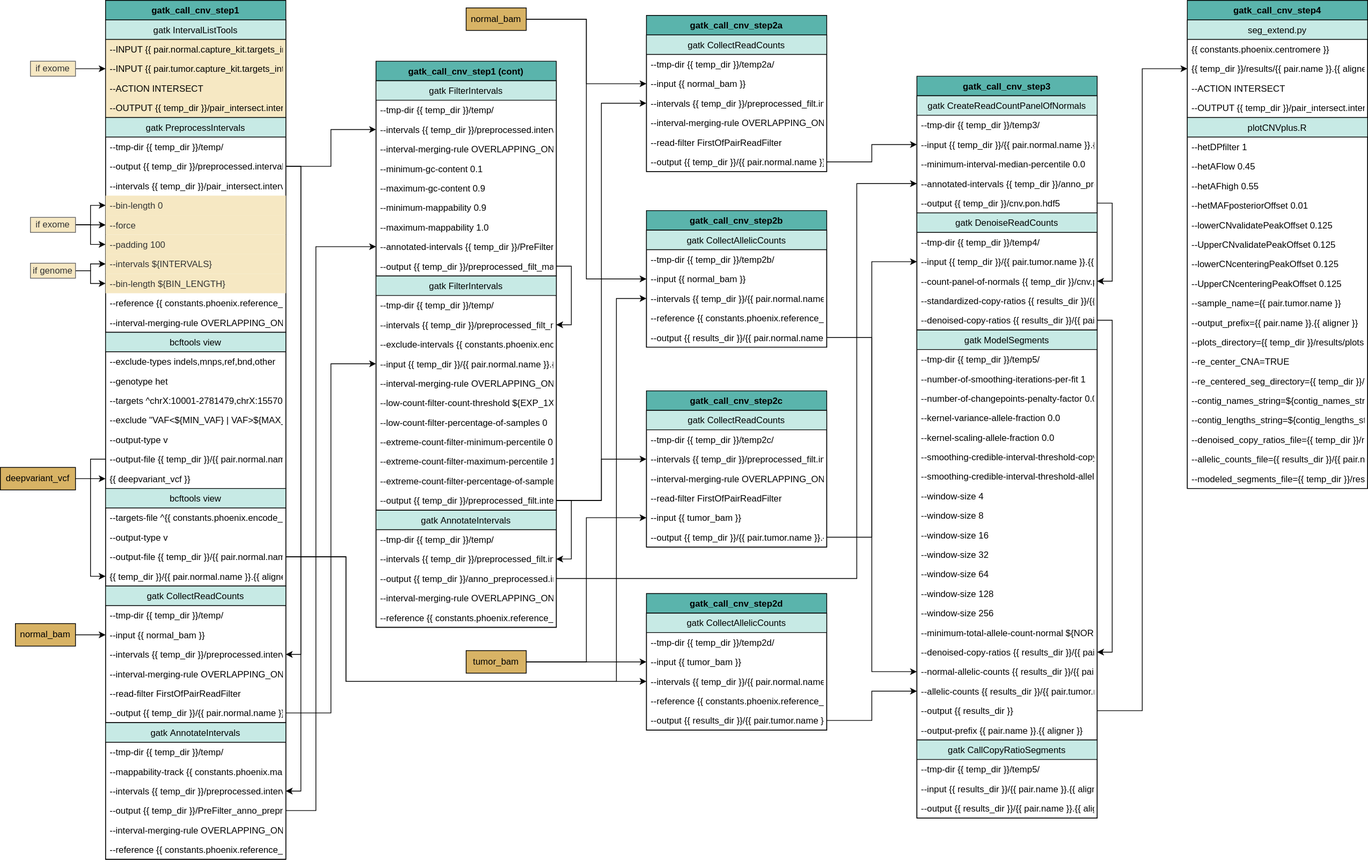
The draw.io diagram docs/source/phoenix/workflows/embed/Somatic_gatk_cnv.svg in bryce-turner/tgen-jetstream-docs, before a commit. Source tidied: cells renumbered, new cells last; positions are measured from the earlier drawing's top-left corner, leaving out a move shared by most shapes.
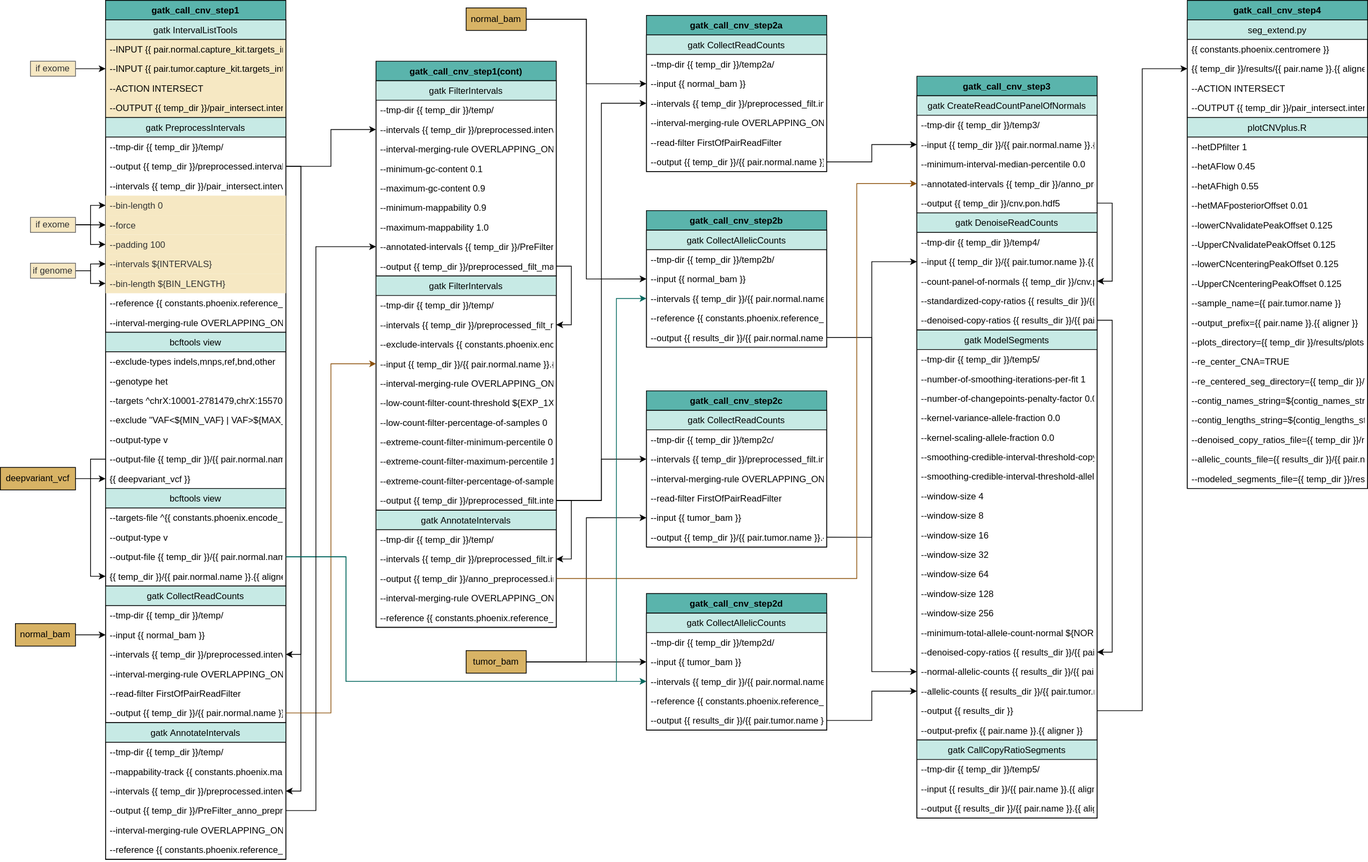
After the change.

Commit message:
New color for some arrows to improve readability

The edit, as a diff of the source:
```diff
@@ -461,7 +461,7 @@
     <mxCell id="154" value="--output {{ results_dir }}/{{ pair.normal.name }}.{{ aligner }}.allelicCounts.tsv" style="text;align=left;verticalAlign=top;spacingLeft=4;spacingRight=4;overflow=hidden;points=[[0,0.5],[1,0.5]];portConstraint=eastwest;" parent="149" vertex="1">
       <mxGeometry y="130" width="240" height="26" as="geometry" />
     </mxCell>
-    <mxCell id="155" value="gatk_call_cnv_step1 (cont)" style="swimlane;fontStyle=1;horizontal=1;startSize=26;fillColor=#5ab4ac;direction=east;" parent="1" vertex="1">
+    <mxCell id="155" value="gatk_call_cnv_step1(cont)" style="swimlane;fontStyle=1;horizontal=1;startSize=26;fillColor=#5ab4ac;direction=east;" parent="1" vertex="1">
       <mxGeometry x="500" y="81" width="240" height="754" as="geometry" />
     </mxCell>
     <mxCell id="156" value="gatk FilterIntervals" style="swimlane;fontStyle=0;horizontal=1;startSize=26;fillColor=#c7eae5;" parent="155" vertex="1">
@@ -599,10 +599,10 @@
     <mxCell id="200" style="edgeStyle=orthogonalEdgeStyle;rounded=0;jettySize=auto;html=1;exitX=1;exitY=0.5;exitDx=0;exitDy=0;entryX=0;entryY=0.5;entryDx=0;entryDy=0;fontColor=#000000;" parent="1" edge="1" source="131" target="116">
       <mxGeometry relative="1" as="geometry" />
     </mxCell>
-    <mxCell id="201" style="edgeStyle=orthogonalEdgeStyle;rounded=0;jettySize=auto;html=1;exitX=1;exitY=0.5;exitDx=0;exitDy=0;fontColor=#000000;" parent="1" edge="1" source="42" target="170">
+    <mxCell id="201" style="edgeStyle=orthogonalEdgeStyle;rounded=0;jettySize=auto;html=1;exitX=1;exitY=0.5;exitDx=0;exitDy=0;fontColor=#000000;strokeColor=#8c510a;" parent="1" edge="1" source="42" target="170">
       <mxGeometry relative="1" as="geometry" />
     </mxCell>
-    <mxCell id="202" style="edgeStyle=orthogonalEdgeStyle;rounded=0;jettySize=auto;html=1;exitX=1;exitY=0.5;exitDx=0;exitDy=0;entryX=0;entryY=0.5;entryDx=0;entryDy=0;fontColor=#000000;" parent="1" edge="1" source="181" target="90">
+    <mxCell id="202" style="edgeStyle=orthogonalEdgeStyle;rounded=0;jettySize=auto;html=1;exitX=1;exitY=0.5;exitDx=0;exitDy=0;entryX=0;entryY=0.5;entryDx=0;entryDy=0;fontColor=#000000;strokeColor=#8c510a;" parent="1" edge="1" source="181" target="90">
       <mxGeometry relative="1" as="geometry">
         <Array as="points">
           <mxPoint x="1140" y="770" />
@@ -610,7 +610,7 @@
         </Array>
       </mxGeometry>
     </mxCell>
-    <mxCell id="203" style="edgeStyle=orthogonalEdgeStyle;rounded=0;jettySize=auto;html=1;exitX=1;exitY=0.5;exitDx=0;exitDy=0;entryX=0;entryY=0.5;entryDx=0;entryDy=0;fontColor=#000000;" parent="1" edge="1" source="34" target="129">
+    <mxCell id="203" style="edgeStyle=orthogonalEdgeStyle;rounded=0;jettySize=auto;html=1;exitX=1;exitY=0.5;exitDx=0;exitDy=0;entryX=0;entryY=0.5;entryDx=0;entryDy=0;fontColor=#000000;strokeColor=#00665d;" parent="1" edge="1" source="34" target="129">
       <mxGeometry relative="1" as="geometry">
         <Array as="points">
           <mxPoint x="460" y="741" />
@@ -618,7 +618,7 @@
         </Array>
       </mxGeometry>
     </mxCell>
-    <mxCell id="204" style="edgeStyle=orthogonalEdgeStyle;rounded=0;jettySize=auto;html=1;exitX=1;exitY=0.5;exitDx=0;exitDy=0;fontColor=#000000;entryX=0;entryY=0.5;entryDx=0;entryDy=0;" parent="1" edge="1" source="34" target="152">
+    <mxCell id="204" style="edgeStyle=orthogonalEdgeStyle;rounded=0;jettySize=auto;html=1;exitX=1;exitY=0.5;exitDx=0;exitDy=0;fontColor=#000000;entryX=0;entryY=0.5;entryDx=0;entryDy=0;strokeColor=#00665d;" parent="1" edge="1" source="34" target="152">
       <mxGeometry relative="1" as="geometry">
         <Array as="points">
           <mxPoint x="460" y="741" />
```
